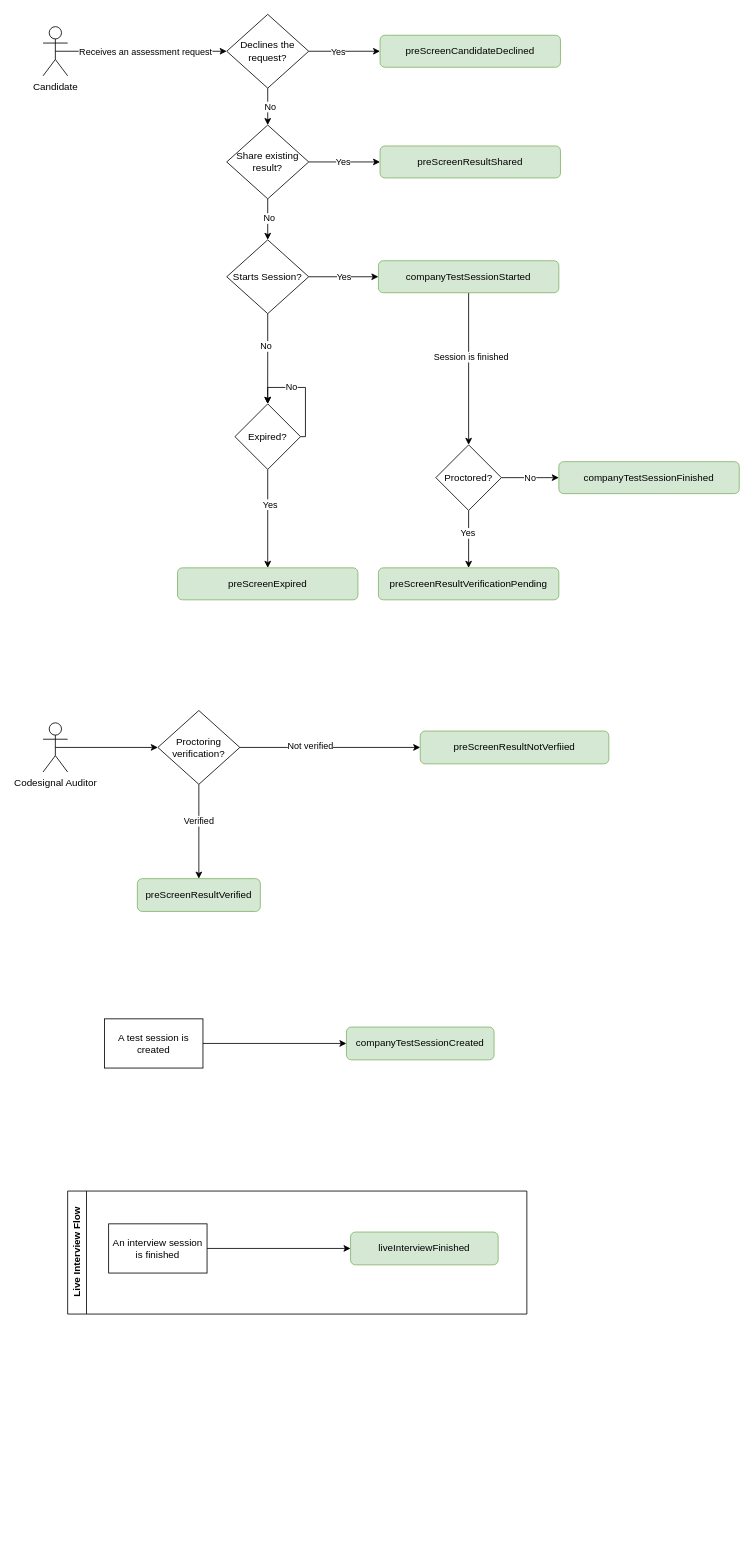
Earlier version of the draw.io diagram docs/diagrams/webhooks-flow.drawio (CodeSignal/developer-docs). Source tidied: cells renumbered, new cells numbered last; positions are measured from the earlier drawing's top-left corner, leaving out a move shared by most shapes. Both pictures are drawn from the tidied source at 82%, with x=0, y=0 at pixel (43, 14).
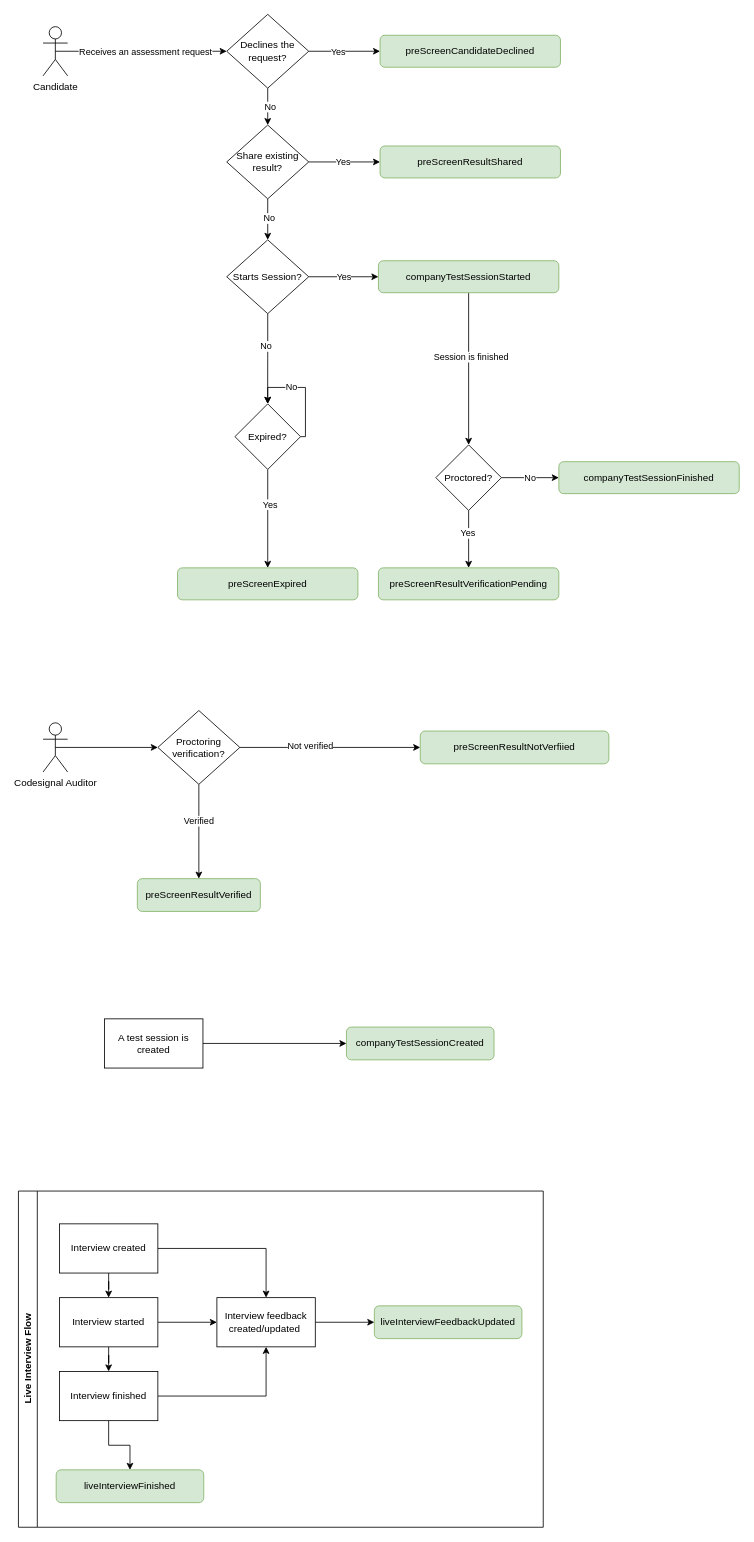
After the change.

Diff of the diagram source:
```diff
@@
     <mxCell id="47" value="Live Interview Flow" style="swimlane;horizontal=0;whiteSpace=wrap;html=1;" parent="1" vertex="1">
-      <mxGeometry x="30" y="1435" width="560" height="150" as="geometry" />
+      <mxGeometry x="-30" y="1435" width="640" height="410" as="geometry" />
     </mxCell>
-    <mxCell id="48" style="edgeStyle=orthogonalEdgeStyle;rounded=0;jettySize=auto;html=1;exitX=1;exitY=0.5;exitDx=0;exitDy=0;entryX=0;entryY=0.5;entryDx=0;entryDy=0;" parent="47" edge="1" source="50" target="49">
-      <mxGeometry relative="1" as="geometry" />
-    </mxCell>
     <mxCell id="49" value="liveInterviewFinished" style="rounded=1;whiteSpace=wrap;html=1;fillColor=#d5e8d4;strokeColor=#82b366;" parent="47" vertex="1">
-      <mxGeometry x="345" y="50" width="180" height="40" as="geometry" />
+      <mxGeometry x="46" y="340" width="180" height="40" as="geometry" />
     </mxCell>
+    <mxCell id="51" style="edgeStyle=orthogonalEdgeStyle;rounded=0;jettySize=auto;html=1;" parent="47" edge="1" source="50" target="56">
+      <mxGeometry relative="1" as="geometry" />
+    </mxCell>
+    <mxCell id="52" style="edgeStyle=orthogonalEdgeStyle;rounded=0;jettySize=auto;html=1;" parent="47" edge="1" source="50" target="61">
+      <mxGeometry relative="1" as="geometry" />
+    </mxCell>
-    <mxCell id="50" value="An interview session is finished" style="rounded=0;whiteSpace=wrap;html=1;" parent="47" vertex="1">
+    <mxCell id="50" value="Interview created" style="rounded=0;whiteSpace=wrap;html=1;" parent="47" vertex="1">
       <mxGeometry x="50" y="40" width="120" height="60" as="geometry" />
     </mxCell>
+    <mxCell id="53" value="liveInterviewFeedbackUpdated" style="rounded=1;whiteSpace=wrap;html=1;fillColor=#d5e8d4;strokeColor=#82b366;" parent="47" vertex="1">
+      <mxGeometry x="434" y="140" width="180" height="40" as="geometry" />
+    </mxCell>
+    <mxCell id="54" style="edgeStyle=orthogonalEdgeStyle;rounded=0;jettySize=auto;html=1;" parent="47" edge="1" source="56" target="59">
+      <mxGeometry relative="1" as="geometry" />
+    </mxCell>
+    <mxCell id="55" style="edgeStyle=orthogonalEdgeStyle;rounded=0;jettySize=auto;html=1;" parent="47" edge="1" source="56" target="61">
+      <mxGeometry relative="1" as="geometry" />
+    </mxCell>
+    <mxCell id="56" value="Interview started" style="rounded=0;whiteSpace=wrap;html=1;" parent="47" vertex="1">
+      <mxGeometry x="50" y="130" width="120" height="60" as="geometry" />
+    </mxCell>
+    <mxCell id="57" style="edgeStyle=orthogonalEdgeStyle;rounded=0;jettySize=auto;html=1;" parent="47" edge="1" source="59" target="49">
+      <mxGeometry relative="1" as="geometry" />
+    </mxCell>
+    <mxCell id="58" style="edgeStyle=orthogonalEdgeStyle;rounded=0;jettySize=auto;html=1;exitX=1;exitY=0.5;exitDx=0;exitDy=0;entryX=0.5;entryY=1;entryDx=0;entryDy=0;" parent="47" edge="1" source="59" target="61">
+      <mxGeometry relative="1" as="geometry" />
+    </mxCell>
+    <mxCell id="59" value="Interview finished" style="rounded=0;whiteSpace=wrap;html=1;" parent="47" vertex="1">
+      <mxGeometry x="50" y="220" width="120" height="60" as="geometry" />
+    </mxCell>
+    <mxCell id="60" style="edgeStyle=orthogonalEdgeStyle;rounded=0;jettySize=auto;html=1;" parent="47" edge="1" source="61" target="53">
+      <mxGeometry relative="1" as="geometry" />
+    </mxCell>
+    <mxCell id="61" value="Interview feedback created/updated&amp;nbsp;" style="rounded=0;whiteSpace=wrap;html=1;" parent="47" vertex="1">
+      <mxGeometry x="242" y="130" width="120" height="60" as="geometry" />
+    </mxCell>
```
